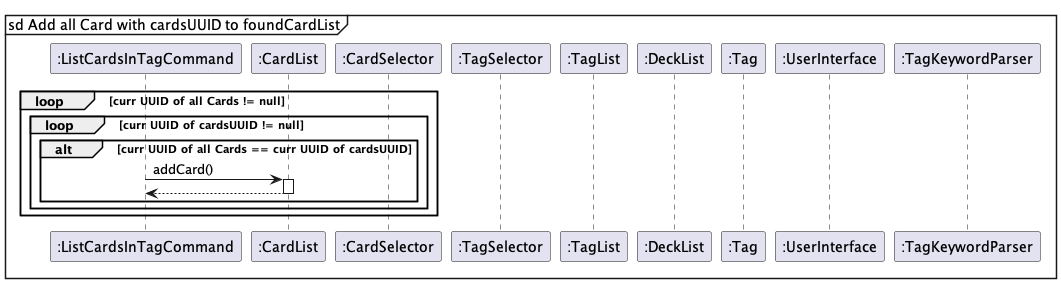
Above: docs/img/AddCardsToFoundCardListRef.png in nus-cs2113-AY2223S2/tp (PlantUML), before the change. Its diagram source:
```plantuml
@startuml
autoactivate on

mainframe sd Add all Card with cardsUUID to foundCardList

participant ":ListCardsInTagCommand" as ListCardsInTagCommand
participant ":TagList" as TagList
participant ":CardList" as CardList
participant ":CardSelector" as CardSelector
participant ":TagSelector" as TagSelector
participant ":TagList" as TagList
participant ":DeckList" as DeckList
participant ":Tag" as Tag

participant ":UserInterface" as UserInterface
participant ":TagKeywordParser" as TagKeywordParser

loop curr UUID of all Cards != null
    loop curr UUID of cardsUUID != null
      alt curr UUID of all Cards == curr UUID of cardsUUID
        ListCardsInTagCommand -> CardList : addCard()
         return
       end
      end loop
end loop

@enduml
```
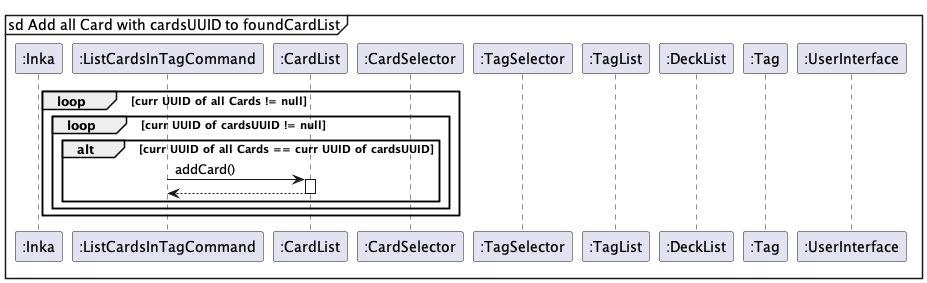
The same diagram one commit later.

The edit, as a diff of the source:
```diff
@@ -3,6 +3,7 @@
 
 mainframe sd Add all Card with cardsUUID to foundCardList
 
+participant ":Inka" as Inka
 participant ":ListCardsInTagCommand" as ListCardsInTagCommand
 participant ":TagList" as TagList
 participant ":CardList" as CardList
@@ -13,7 +14,7 @@
 participant ":Tag" as Tag
 
 participant ":UserInterface" as UserInterface
-participant ":TagKeywordParser" as TagKeywordParser
+
 
 loop curr UUID of all Cards != null
     loop curr UUID of cardsUUID != null
```
